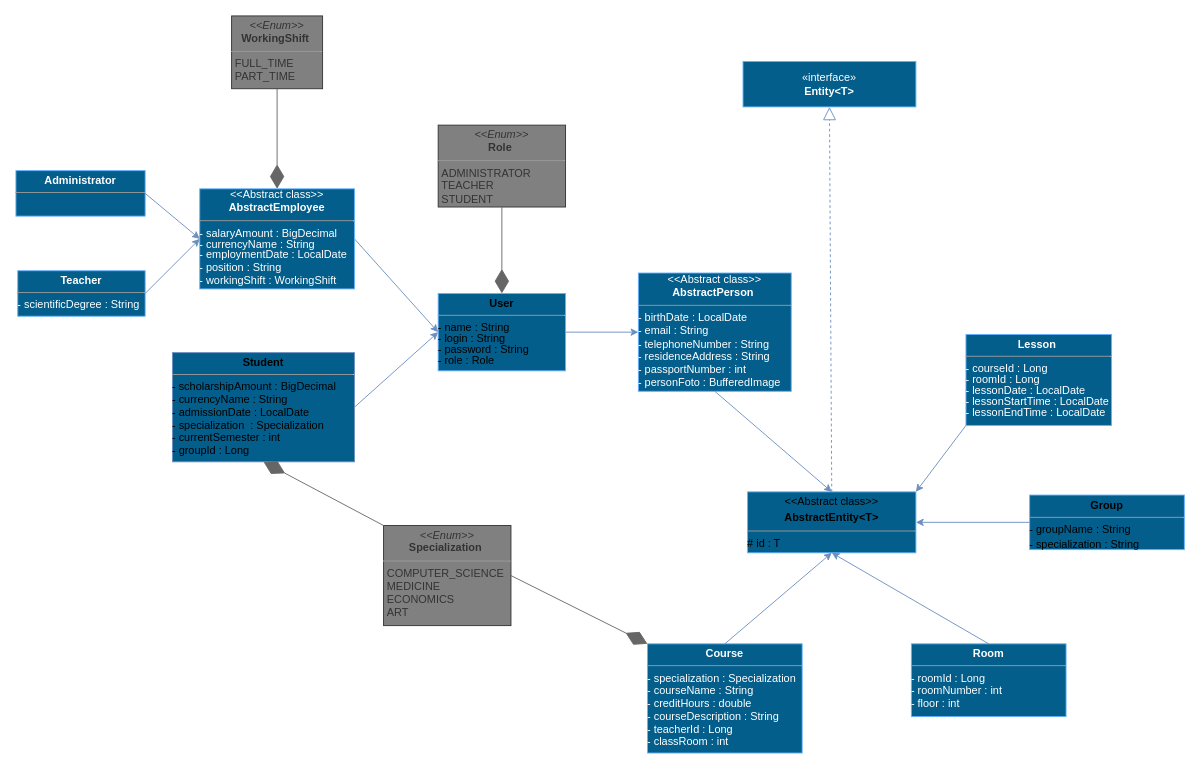
AndreiKurbatov/university-cms-docs keeps this draw.io diagram as entity_hierarchy.drawio. Above is the earlier version. Source tidied: cells renumbered, new cells numbered last; positions are measured from the earlier drawing's top-left corner, leaving out a move shared by most shapes. Both pictures are drawn from the tidied source at 91%, with x=0, y=0 at pixel (15, 15).
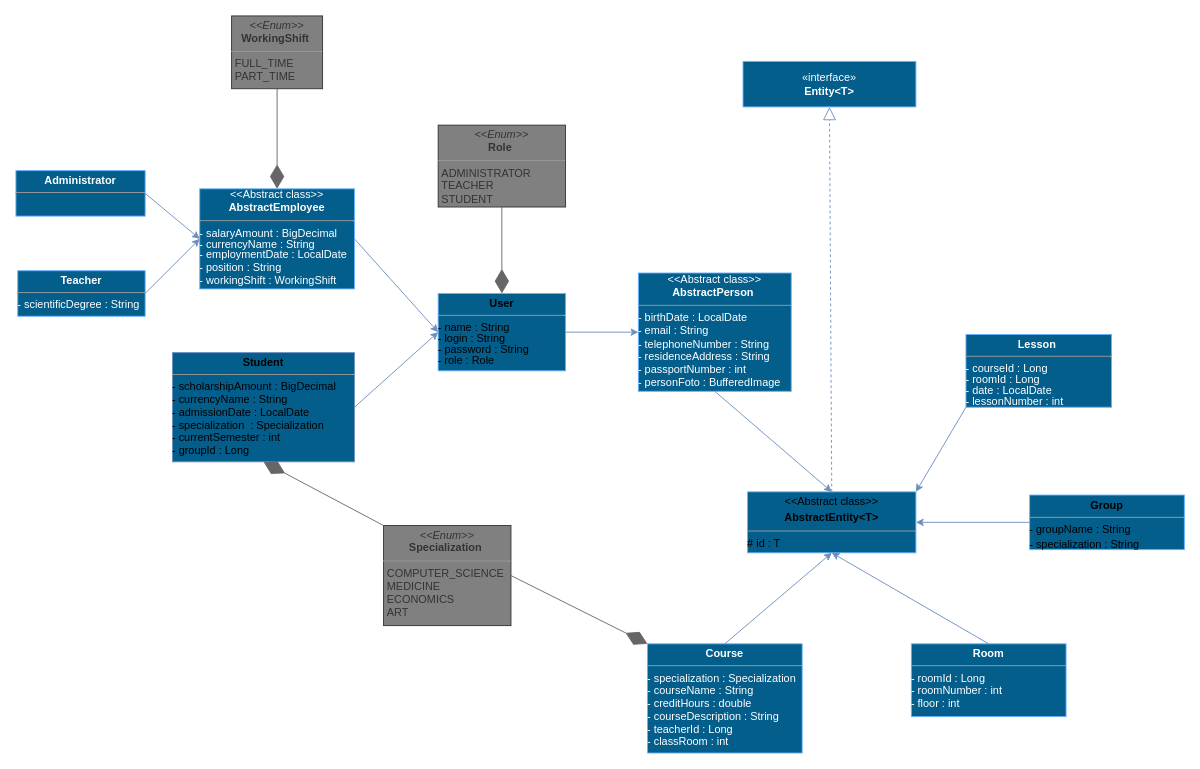
The same diagram, later.

The edit, as a diff of the source:
```diff
@@
-    <mxCell id="24" value="&lt;p style=&quot;margin:0px;margin-top:4px;text-align:center;&quot;&gt;&lt;b&gt;Lesson&amp;nbsp;&lt;/b&gt;&lt;br&gt;&lt;/p&gt;&lt;hr size=&quot;1&quot;&gt;&lt;div style=&quot;height:2px;&quot;&gt;- courseId : Long&amp;nbsp;&lt;/div&gt;&lt;div style=&quot;height:2px;&quot;&gt;&lt;br&gt;&lt;/div&gt;&lt;div style=&quot;height:2px;&quot;&gt;&lt;br&gt;&lt;/div&gt;&lt;div style=&quot;height:2px;&quot;&gt;&lt;br&gt;&lt;/div&gt;&lt;div style=&quot;height:2px;&quot;&gt;&lt;br&gt;&lt;/div&gt;&lt;div style=&quot;height:2px;&quot;&gt;&lt;br&gt;&lt;/div&gt;&lt;div style=&quot;height:2px;&quot;&gt;- roomId : Long&amp;nbsp;&amp;nbsp;&lt;/div&gt;&lt;div style=&quot;height:2px;&quot;&gt;&lt;br&gt;&lt;/div&gt;&lt;div style=&quot;height:2px;&quot;&gt;&lt;br&gt;&lt;/div&gt;&lt;div style=&quot;height:2px;&quot;&gt;&lt;br&gt;&lt;/div&gt;&lt;div style=&quot;height:2px;&quot;&gt;&lt;br&gt;&lt;/div&gt;&lt;div style=&quot;height:2px;&quot;&gt;&lt;br&gt;&lt;/div&gt;&lt;div style=&quot;height:2px;&quot;&gt;- lessonDate : LocalDate&lt;/div&gt;&lt;div style=&quot;height:2px;&quot;&gt;&lt;br&gt;&lt;/div&gt;&lt;div style=&quot;height:2px;&quot;&gt;&lt;br&gt;&lt;/div&gt;&lt;div style=&quot;height:2px;&quot;&gt;&lt;br&gt;&lt;/div&gt;&lt;div style=&quot;height:2px;&quot;&gt;&lt;br&gt;&lt;/div&gt;&lt;div style=&quot;height:2px;&quot;&gt;&lt;br&gt;&lt;/div&gt;&lt;div style=&quot;height:2px;&quot;&gt;- lessonStartTime : LocalDate&lt;/div&gt;&lt;div style=&quot;height:2px;&quot;&gt;&lt;br&gt;&lt;/div&gt;&lt;div style=&quot;height:2px;&quot;&gt;&lt;br&gt;&lt;/div&gt;&lt;div style=&quot;height:2px;&quot;&gt;&lt;br&gt;&lt;/div&gt;&lt;div style=&quot;height:2px;&quot;&gt;&lt;br&gt;&lt;/div&gt;&lt;div style=&quot;height:2px;&quot;&gt;&lt;br&gt;&lt;/div&gt;&lt;div style=&quot;height:2px;&quot;&gt;- lessonEndTime : LocalDate&lt;/div&gt;" style="verticalAlign=top;align=left;overflow=fill;fontSize=12;fontFamily=Helvetica;html=1;whiteSpace=wrap;fillColor=#045E8B;strokeColor=#66B2FF;fontColor=#ffffff;" parent="1" vertex="1">
-      <mxGeometry x="1044" y="350" width="160" height="100" as="geometry" />
+    <mxCell id="24" value="&lt;p style=&quot;margin:0px;margin-top:4px;text-align:center;&quot;&gt;&lt;b&gt;Lesson&amp;nbsp;&lt;/b&gt;&lt;br&gt;&lt;/p&gt;&lt;hr size=&quot;1&quot;&gt;&lt;div style=&quot;height:2px;&quot;&gt;- courseId : Long&amp;nbsp;&lt;/div&gt;&lt;div style=&quot;height:2px;&quot;&gt;&lt;br&gt;&lt;/div&gt;&lt;div style=&quot;height:2px;&quot;&gt;&lt;br&gt;&lt;/div&gt;&lt;div style=&quot;height:2px;&quot;&gt;&lt;br&gt;&lt;/div&gt;&lt;div style=&quot;height:2px;&quot;&gt;&lt;br&gt;&lt;/div&gt;&lt;div style=&quot;height:2px;&quot;&gt;&lt;br&gt;&lt;/div&gt;&lt;div style=&quot;height:2px;&quot;&gt;- roomId : Long&amp;nbsp;&amp;nbsp;&lt;/div&gt;&lt;div style=&quot;height:2px;&quot;&gt;&lt;br&gt;&lt;/div&gt;&lt;div style=&quot;height:2px;&quot;&gt;&lt;br&gt;&lt;/div&gt;&lt;div style=&quot;height:2px;&quot;&gt;&lt;br&gt;&lt;/div&gt;&lt;div style=&quot;height:2px;&quot;&gt;&lt;br&gt;&lt;/div&gt;&lt;div style=&quot;height:2px;&quot;&gt;&lt;br&gt;&lt;/div&gt;&lt;div style=&quot;height:2px;&quot;&gt;- date : LocalDate&lt;/div&gt;&lt;div style=&quot;height:2px;&quot;&gt;&lt;br&gt;&lt;/div&gt;&lt;div style=&quot;height:2px;&quot;&gt;&lt;br&gt;&lt;/div&gt;&lt;div style=&quot;height:2px;&quot;&gt;&lt;br&gt;&lt;/div&gt;&lt;div style=&quot;height:2px;&quot;&gt;&lt;br&gt;&lt;/div&gt;&lt;div style=&quot;height:2px;&quot;&gt;&lt;br&gt;&lt;/div&gt;&lt;div style=&quot;height:2px;&quot;&gt;-&amp;nbsp;lessonNumber : int&amp;nbsp;&amp;nbsp;&lt;/div&gt;&lt;div style=&quot;height:2px;&quot;&gt;&lt;br&gt;&lt;/div&gt;&lt;div style=&quot;height:2px;&quot;&gt;&lt;br&gt;&lt;/div&gt;&lt;div style=&quot;height:2px;&quot;&gt;&lt;br&gt;&lt;/div&gt;&lt;div style=&quot;height:2px;&quot;&gt;&lt;br&gt;&lt;/div&gt;&lt;div style=&quot;height:2px;&quot;&gt;&lt;br&gt;&lt;/div&gt;&lt;div style=&quot;height:2px;&quot;&gt;&lt;br&gt;&lt;/div&gt;" style="verticalAlign=top;align=left;overflow=fill;fontSize=12;fontFamily=Helvetica;html=1;whiteSpace=wrap;fillColor=#045E8B;strokeColor=#66B2FF;fontColor=#ffffff;" parent="1" vertex="1">
+      <mxGeometry x="1044" y="350" width="160" height="80" as="geometry" />
     </mxCell>
```
